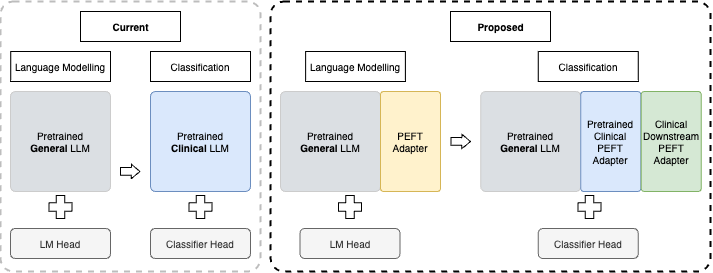
Earlier version of the draw.io export docs/assets/peft.png (aryopg/clinical_peft). Source tidied: cells renumbered, new cells last; positions are measured from the earlier drawing's top-left corner, leaving out a move shared by most shapes. Its diagram source:
```xml
<mxGraphModel>
  <root>
    <mxCell id="0" />
    <mxCell id="1" parent="0" />
    <mxCell id="2" style="rounded=1;whiteSpace=wrap;html=1;fillColor=none;dashed=1;fontSize=10;arcSize=5;strokeWidth=2;strokeColor=#BDBDBD;" parent="1" vertex="1">
      <mxGeometry width="260" height="270" as="geometry" />
    </mxCell>
    <mxCell id="3" value="Pretrained&lt;br style=&quot;font-size: 10px;&quot;&gt;&lt;b&gt;General&lt;/b&gt; LLM" style="rounded=1;whiteSpace=wrap;html=1;fillColor=#DBDFE3;strokeColor=#CCCCCC;fontSize=10;arcSize=5;gradientColor=none;" parent="1" vertex="1">
      <mxGeometry x="10" y="90" width="100" height="100" as="geometry" />
    </mxCell>
    <mxCell id="4" value="Language Modelling" style="text;html=1;strokeColor=default;fillColor=none;align=center;verticalAlign=middle;whiteSpace=wrap;rounded=0;fontSize=10;" parent="1" vertex="1">
      <mxGeometry x="10.2" y="50" width="99.8" height="30" as="geometry" />
    </mxCell>
    <mxCell id="5" value="LM Head" style="rounded=1;whiteSpace=wrap;html=1;fillColor=#f5f5f5;fontColor=#333333;strokeColor=#666666;fontSize=10;" parent="1" vertex="1">
      <mxGeometry x="10" y="227" width="100" height="30" as="geometry" />
    </mxCell>
    <mxCell id="6" style="shape=cross;whiteSpace=wrap;html=1;size=0.36296296296296765;fontSize=10;" parent="1" vertex="1">
      <mxGeometry x="48.5" y="194" width="23" height="23" as="geometry" />
    </mxCell>
    <mxCell id="7" value="Pretrained&lt;br style=&quot;font-size: 10px;&quot;&gt;&lt;b&gt;Clinical&lt;/b&gt; LLM" style="rounded=1;whiteSpace=wrap;html=1;fillColor=#dae8fc;strokeColor=#6c8ebf;fontSize=10;arcSize=5;" parent="1" vertex="1">
      <mxGeometry x="150" y="90" width="100" height="100" as="geometry" />
    </mxCell>
    <mxCell id="8" value="Classifier Head" style="rounded=1;whiteSpace=wrap;html=1;fillColor=#f5f5f5;fontColor=#333333;strokeColor=#666666;fontSize=10;" parent="1" vertex="1">
      <mxGeometry x="150" y="227" width="100" height="30" as="geometry" />
    </mxCell>
    <mxCell id="9" style="shape=cross;whiteSpace=wrap;html=1;size=0.36296296296296765;fontSize=10;" parent="1" vertex="1">
      <mxGeometry x="188.5" y="194" width="23" height="23" as="geometry" />
    </mxCell>
    <mxCell id="10" value="Classification" style="text;html=1;strokeColor=default;fillColor=none;align=center;verticalAlign=middle;whiteSpace=wrap;rounded=0;fontSize=10;" parent="1" vertex="1">
      <mxGeometry x="150" y="50" width="100" height="30" as="geometry" />
    </mxCell>
    <mxCell id="11" style="shape=flexArrow;endArrow=classic;html=1;rounded=0;width=7.6923076923076925;endSize=2.5564102564102567;fontSize=10;endWidth=5.719921104536489;" parent="1" edge="1">
      <mxGeometry relative="1" as="geometry">
        <mxPoint x="119.5" y="169.8" as="sourcePoint" />
        <mxPoint x="140" y="170" as="targetPoint" />
      </mxGeometry>
    </mxCell>
    <mxCell id="12" value="&lt;font style=&quot;font-size: 10px;&quot;&gt;Current&lt;br style=&quot;font-size: 10px;&quot;&gt;&lt;/font&gt;" style="text;strokeColor=default;fillColor=none;html=1;fontSize=10;fontStyle=1;verticalAlign=middle;align=center;" parent="1" vertex="1">
      <mxGeometry x="80" y="10" width="100" height="30" as="geometry" />
    </mxCell>
    <mxCell id="13" style="rounded=1;whiteSpace=wrap;html=1;fillColor=none;dashed=1;fontSize=10;arcSize=5;strokeColor=#000000;strokeWidth=2;" parent="1" vertex="1">
      <mxGeometry x="270" width="440" height="270" as="geometry" />
    </mxCell>
    <mxCell id="14" style="shape=flexArrow;endArrow=classic;html=1;rounded=0;width=7.6923076923076925;endSize=2.5564102564102567;fontSize=10;endWidth=5.719921104536489;" parent="1" edge="1">
      <mxGeometry relative="1" as="geometry">
        <mxPoint x="450" y="139.9" as="sourcePoint" />
        <mxPoint x="470.5" y="140.1" as="targetPoint" />
      </mxGeometry>
    </mxCell>
    <mxCell id="15" value="&lt;font style=&quot;font-size: 10px;&quot;&gt;Proposed&lt;br style=&quot;font-size: 10px;&quot;&gt;&lt;/font&gt;" style="text;strokeColor=default;fillColor=none;html=1;fontSize=10;fontStyle=1;verticalAlign=middle;align=center;" parent="1" vertex="1">
      <mxGeometry x="450" y="10" width="100" height="30" as="geometry" />
    </mxCell>
    <mxCell id="16" value="Language Modelling" style="text;html=1;strokeColor=default;fillColor=none;align=center;verticalAlign=middle;whiteSpace=wrap;rounded=0;fontSize=10;" parent="1" vertex="1">
      <mxGeometry x="305.1" y="50" width="99.8" height="30" as="geometry" />
    </mxCell>
    <mxCell id="17" value="LM Head" style="rounded=1;whiteSpace=wrap;html=1;fillColor=#f5f5f5;fontColor=#333333;strokeColor=#666666;fontSize=10;" parent="1" vertex="1">
      <mxGeometry x="299.5" y="227" width="100" height="30" as="geometry" />
    </mxCell>
    <mxCell id="18" style="shape=cross;whiteSpace=wrap;html=1;size=0.36296296296296765;fontSize=10;" parent="1" vertex="1">
      <mxGeometry x="338" y="194" width="23" height="23" as="geometry" />
    </mxCell>
    <mxCell id="19" value="Pretrained&lt;br style=&quot;font-size: 10px;&quot;&gt;&lt;b&gt;General&lt;/b&gt; LLM" style="rounded=1;whiteSpace=wrap;html=1;fillColor=#DBDFE3;strokeColor=#CCCCCC;fontSize=10;arcSize=5;gradientColor=none;" parent="1" vertex="1">
      <mxGeometry x="280" y="90" width="100" height="100" as="geometry" />
    </mxCell>
    <mxCell id="20" value="PEFT&lt;br&gt;Adapter" style="rounded=1;whiteSpace=wrap;html=1;fillColor=#fff2cc;strokeColor=#d6b656;fontSize=10;arcSize=5;" parent="1" vertex="1">
      <mxGeometry x="380" y="90" width="60" height="100" as="geometry" />
    </mxCell>
    <mxCell id="21" value="Pretrained&lt;br style=&quot;font-size: 10px;&quot;&gt;&lt;b&gt;General&lt;/b&gt; LLM" style="rounded=1;whiteSpace=wrap;html=1;fillColor=#DBDFE3;strokeColor=#CCCCCC;fontSize=10;arcSize=5;gradientColor=none;" parent="1" vertex="1">
      <mxGeometry x="480.2" y="90" width="100" height="100" as="geometry" />
    </mxCell>
    <mxCell id="22" value="Classifier Head" style="rounded=1;whiteSpace=wrap;html=1;fillColor=#f5f5f5;fontColor=#333333;strokeColor=#666666;fontSize=10;" parent="1" vertex="1">
      <mxGeometry x="537.8" y="227" width="100" height="30" as="geometry" />
    </mxCell>
    <mxCell id="23" style="shape=cross;whiteSpace=wrap;html=1;size=0.36296296296296765;fontSize=10;" parent="1" vertex="1">
      <mxGeometry x="577.5" y="194" width="23" height="23" as="geometry" />
    </mxCell>
    <mxCell id="24" value="Classification" style="text;html=1;strokeColor=default;fillColor=none;align=center;verticalAlign=middle;whiteSpace=wrap;rounded=0;fontSize=10;" parent="1" vertex="1">
      <mxGeometry x="537.8" y="50" width="100" height="30" as="geometry" />
    </mxCell>
    <mxCell id="25" value="Pretrained&lt;br&gt;Clinical&lt;br style=&quot;font-size: 10px;&quot;&gt;PEFT&lt;br&gt;Adapter" style="rounded=1;whiteSpace=wrap;html=1;fillColor=#dae8fc;strokeColor=#6c8ebf;fontSize=10;arcSize=5;" parent="1" vertex="1">
      <mxGeometry x="580.2" y="90" width="60" height="100" as="geometry" />
    </mxCell>
    <mxCell id="26" value="Clinical Downstream&lt;br style=&quot;font-size: 10px;&quot;&gt;PEFT&lt;br&gt;Adapter" style="rounded=1;whiteSpace=wrap;html=1;fillColor=#d5e8d4;strokeColor=#82b366;fontSize=10;arcSize=5;" parent="1" vertex="1">
      <mxGeometry x="640.8" y="90" width="60" height="100" as="geometry" />
    </mxCell>
  </root>
</mxGraphModel>
```
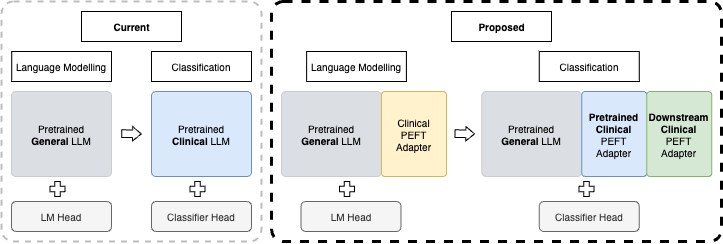
After the commit.

Commit message:
new peft diagram

The edit, as a diff of the source:
```diff
@@ -3,48 +3,48 @@
     <mxCell id="0" />
     <mxCell id="1" parent="0" />
     <mxCell id="2" style="rounded=1;whiteSpace=wrap;html=1;fillColor=none;dashed=1;fontSize=10;arcSize=5;strokeWidth=2;strokeColor=#BDBDBD;" parent="1" vertex="1">
-      <mxGeometry width="260" height="270" as="geometry" />
+      <mxGeometry width="260" height="240" as="geometry" />
     </mxCell>
     <mxCell id="3" value="Pretrained&lt;br style=&quot;font-size: 10px;&quot;&gt;&lt;b&gt;General&lt;/b&gt; LLM" style="rounded=1;whiteSpace=wrap;html=1;fillColor=#DBDFE3;strokeColor=#CCCCCC;fontSize=10;arcSize=5;gradientColor=none;" parent="1" vertex="1">
-      <mxGeometry x="10" y="90" width="100" height="100" as="geometry" />
+      <mxGeometry x="10" y="90" width="100" height="85" as="geometry" />
     </mxCell>
     <mxCell id="4" value="Language Modelling" style="text;html=1;strokeColor=default;fillColor=none;align=center;verticalAlign=middle;whiteSpace=wrap;rounded=0;fontSize=10;" parent="1" vertex="1">
       <mxGeometry x="10.2" y="50" width="99.8" height="30" as="geometry" />
     </mxCell>
     <mxCell id="5" value="LM Head" style="rounded=1;whiteSpace=wrap;html=1;fillColor=#f5f5f5;fontColor=#333333;strokeColor=#666666;fontSize=10;" parent="1" vertex="1">
-      <mxGeometry x="10" y="227" width="100" height="30" as="geometry" />
+      <mxGeometry x="10" y="200" width="100" height="30" as="geometry" />
     </mxCell>
     <mxCell id="6" style="shape=cross;whiteSpace=wrap;html=1;size=0.36296296296296765;fontSize=10;" parent="1" vertex="1">
-      <mxGeometry x="48.5" y="194" width="23" height="23" as="geometry" />
+      <mxGeometry x="48.5" y="180" width="15" height="15" as="geometry" />
     </mxCell>
     <mxCell id="7" value="Pretrained&lt;br style=&quot;font-size: 10px;&quot;&gt;&lt;b&gt;Clinical&lt;/b&gt; LLM" style="rounded=1;whiteSpace=wrap;html=1;fillColor=#dae8fc;strokeColor=#6c8ebf;fontSize=10;arcSize=5;" parent="1" vertex="1">
-      <mxGeometry x="150" y="90" width="100" height="100" as="geometry" />
+      <mxGeometry x="150" y="90" width="100" height="85" as="geometry" />
     </mxCell>
     <mxCell id="8" value="Classifier Head" style="rounded=1;whiteSpace=wrap;html=1;fillColor=#f5f5f5;fontColor=#333333;strokeColor=#666666;fontSize=10;" parent="1" vertex="1">
-      <mxGeometry x="150" y="227" width="100" height="30" as="geometry" />
+      <mxGeometry x="150" y="200" width="100" height="30" as="geometry" />
     </mxCell>
     <mxCell id="9" style="shape=cross;whiteSpace=wrap;html=1;size=0.36296296296296765;fontSize=10;" parent="1" vertex="1">
-      <mxGeometry x="188.5" y="194" width="23" height="23" as="geometry" />
+      <mxGeometry x="188.5" y="180" width="15" height="15" as="geometry" />
     </mxCell>
     <mxCell id="10" value="Classification" style="text;html=1;strokeColor=default;fillColor=none;align=center;verticalAlign=middle;whiteSpace=wrap;rounded=0;fontSize=10;" parent="1" vertex="1">
       <mxGeometry x="150" y="50" width="100" height="30" as="geometry" />
     </mxCell>
     <mxCell id="11" style="shape=flexArrow;endArrow=classic;html=1;rounded=0;width=7.6923076923076925;endSize=2.5564102564102567;fontSize=10;endWidth=5.719921104536489;" parent="1" edge="1">
       <mxGeometry relative="1" as="geometry">
-        <mxPoint x="119.5" y="169.8" as="sourcePoint" />
-        <mxPoint x="140" y="170" as="targetPoint" />
+        <mxPoint x="119.8" y="132.2" as="sourcePoint" />
+        <mxPoint x="140.2" y="132.4" as="targetPoint" />
       </mxGeometry>
     </mxCell>
     <mxCell id="12" value="&lt;font style=&quot;font-size: 10px;&quot;&gt;Current&lt;br style=&quot;font-size: 10px;&quot;&gt;&lt;/font&gt;" style="text;strokeColor=default;fillColor=none;html=1;fontSize=10;fontStyle=1;verticalAlign=middle;align=center;" parent="1" vertex="1">
       <mxGeometry x="80" y="10" width="100" height="30" as="geometry" />
     </mxCell>
-    <mxCell id="13" style="rounded=1;whiteSpace=wrap;html=1;fillColor=none;dashed=1;fontSize=10;arcSize=5;strokeColor=#000000;strokeWidth=2;" parent="1" vertex="1">
-      <mxGeometry x="270" width="440" height="270" as="geometry" />
+    <mxCell id="13" style="rounded=1;whiteSpace=wrap;html=1;fillColor=none;dashed=1;fontSize=10;arcSize=5;strokeColor=#000000;strokeWidth=3;" parent="1" vertex="1">
+      <mxGeometry x="270" width="450" height="240" as="geometry" />
     </mxCell>
     <mxCell id="14" style="shape=flexArrow;endArrow=classic;html=1;rounded=0;width=7.6923076923076925;endSize=2.5564102564102567;fontSize=10;endWidth=5.719921104536489;" parent="1" edge="1">
       <mxGeometry relative="1" as="geometry">
-        <mxPoint x="450" y="139.9" as="sourcePoint" />
-        <mxPoint x="470.5" y="140.1" as="targetPoint" />
+        <mxPoint x="453" y="132.2" as="sourcePoint" />
+        <mxPoint x="473.5" y="132.4" as="targetPoint" />
       </mxGeometry>
     </mxCell>
     <mxCell id="15" value="&lt;font style=&quot;font-size: 10px;&quot;&gt;Proposed&lt;br style=&quot;font-size: 10px;&quot;&gt;&lt;/font&gt;" style="text;strokeColor=default;fillColor=none;html=1;fontSize=10;fontStyle=1;verticalAlign=middle;align=center;" parent="1" vertex="1">
@@ -54,34 +54,34 @@
       <mxGeometry x="305.1" y="50" width="99.8" height="30" as="geometry" />
     </mxCell>
     <mxCell id="17" value="LM Head" style="rounded=1;whiteSpace=wrap;html=1;fillColor=#f5f5f5;fontColor=#333333;strokeColor=#666666;fontSize=10;" parent="1" vertex="1">
-      <mxGeometry x="299.5" y="227" width="100" height="30" as="geometry" />
+      <mxGeometry x="299.5" y="200" width="100" height="30" as="geometry" />
     </mxCell>
     <mxCell id="18" style="shape=cross;whiteSpace=wrap;html=1;size=0.36296296296296765;fontSize=10;" parent="1" vertex="1">
-      <mxGeometry x="338" y="194" width="23" height="23" as="geometry" />
+      <mxGeometry x="338" y="180" width="15" height="15" as="geometry" />
     </mxCell>
     <mxCell id="19" value="Pretrained&lt;br style=&quot;font-size: 10px;&quot;&gt;&lt;b&gt;General&lt;/b&gt; LLM" style="rounded=1;whiteSpace=wrap;html=1;fillColor=#DBDFE3;strokeColor=#CCCCCC;fontSize=10;arcSize=5;gradientColor=none;" parent="1" vertex="1">
-      <mxGeometry x="280" y="90" width="100" height="100" as="geometry" />
+      <mxGeometry x="280" y="90" width="100" height="85" as="geometry" />
     </mxCell>
-    <mxCell id="20" value="PEFT&lt;br&gt;Adapter" style="rounded=1;whiteSpace=wrap;html=1;fillColor=#fff2cc;strokeColor=#d6b656;fontSize=10;arcSize=5;" parent="1" vertex="1">
-      <mxGeometry x="380" y="90" width="60" height="100" as="geometry" />
+    <mxCell id="20" value="Clinical&lt;br&gt;PEFT&lt;br&gt;Adapter" style="rounded=1;whiteSpace=wrap;html=1;fillColor=#fff2cc;strokeColor=#d6b656;fontSize=10;arcSize=5;" parent="1" vertex="1">
+      <mxGeometry x="380" y="90" width="65" height="85" as="geometry" />
     </mxCell>
     <mxCell id="21" value="Pretrained&lt;br style=&quot;font-size: 10px;&quot;&gt;&lt;b&gt;General&lt;/b&gt; LLM" style="rounded=1;whiteSpace=wrap;html=1;fillColor=#DBDFE3;strokeColor=#CCCCCC;fontSize=10;arcSize=5;gradientColor=none;" parent="1" vertex="1">
-      <mxGeometry x="480.2" y="90" width="100" height="100" as="geometry" />
+      <mxGeometry x="480.2" y="90" width="100" height="85" as="geometry" />
     </mxCell>
     <mxCell id="22" value="Classifier Head" style="rounded=1;whiteSpace=wrap;html=1;fillColor=#f5f5f5;fontColor=#333333;strokeColor=#666666;fontSize=10;" parent="1" vertex="1">
-      <mxGeometry x="537.8" y="227" width="100" height="30" as="geometry" />
+      <mxGeometry x="537.8" y="200" width="100" height="30" as="geometry" />
     </mxCell>
     <mxCell id="23" style="shape=cross;whiteSpace=wrap;html=1;size=0.36296296296296765;fontSize=10;" parent="1" vertex="1">
-      <mxGeometry x="577.5" y="194" width="23" height="23" as="geometry" />
+      <mxGeometry x="577.5" y="180" width="15" height="15" as="geometry" />
     </mxCell>
     <mxCell id="24" value="Classification" style="text;html=1;strokeColor=default;fillColor=none;align=center;verticalAlign=middle;whiteSpace=wrap;rounded=0;fontSize=10;" parent="1" vertex="1">
       <mxGeometry x="537.8" y="50" width="100" height="30" as="geometry" />
     </mxCell>
-    <mxCell id="25" value="Pretrained&lt;br&gt;Clinical&lt;br style=&quot;font-size: 10px;&quot;&gt;PEFT&lt;br&gt;Adapter" style="rounded=1;whiteSpace=wrap;html=1;fillColor=#dae8fc;strokeColor=#6c8ebf;fontSize=10;arcSize=5;" parent="1" vertex="1">
-      <mxGeometry x="580.2" y="90" width="60" height="100" as="geometry" />
+    <mxCell id="25" value="&lt;b&gt;Pretrained&lt;br&gt;Clinical&lt;/b&gt;&lt;br style=&quot;font-size: 10px;&quot;&gt;PEFT&lt;br&gt;Adapter" style="rounded=1;whiteSpace=wrap;html=1;fillColor=#dae8fc;strokeColor=#6c8ebf;fontSize=10;arcSize=5;" parent="1" vertex="1">
+      <mxGeometry x="580.2" y="90" width="65" height="85" as="geometry" />
     </mxCell>
-    <mxCell id="26" value="Clinical Downstream&lt;br style=&quot;font-size: 10px;&quot;&gt;PEFT&lt;br&gt;Adapter" style="rounded=1;whiteSpace=wrap;html=1;fillColor=#d5e8d4;strokeColor=#82b366;fontSize=10;arcSize=5;" parent="1" vertex="1">
-      <mxGeometry x="640.8" y="90" width="60" height="100" as="geometry" />
+    <mxCell id="26" value="&lt;b&gt;Downstream&lt;br&gt;Clinical&lt;/b&gt;&lt;br style=&quot;font-size: 10px;&quot;&gt;PEFT&lt;br&gt;Adapter" style="rounded=1;whiteSpace=wrap;html=1;fillColor=#d5e8d4;strokeColor=#82b366;fontSize=10;arcSize=5;" parent="1" vertex="1">
+      <mxGeometry x="645.2" y="90" width="65" height="85" as="geometry" />
     </mxCell>
   </root>
 </mxGraphModel>
```
